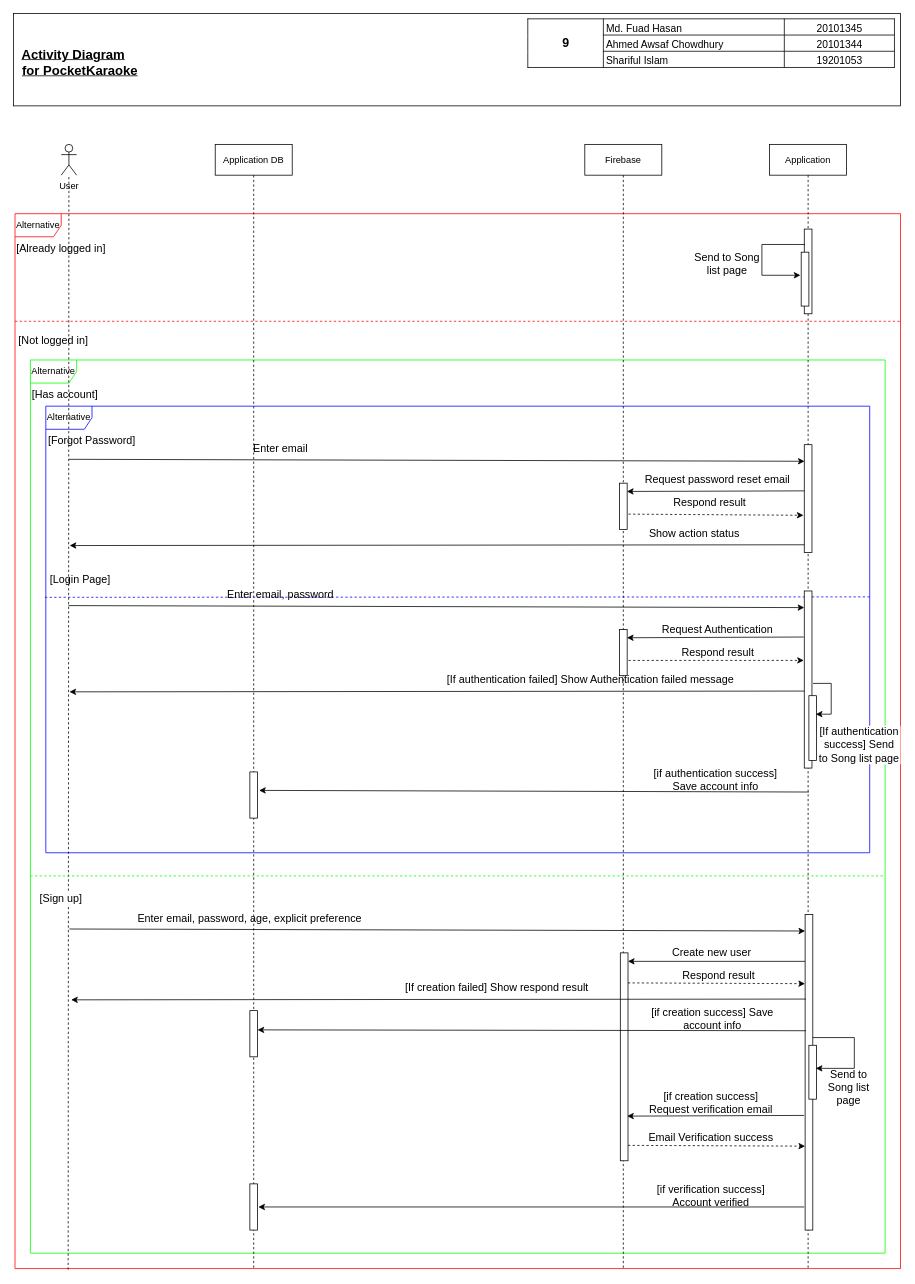
This is page "Page-1" (1 of 4) of System Analysis/PocketKaraoke Sequence Diagram.drawio from FuSan21/PocketKaraoke, a draw.io file, before an edit. Source tidied: cells renumbered, new cells numbered last; positions are measured from the earlier drawing's top-left corner, leaving out a move shared by most shapes. Both pictures are drawn from the tidied source at 77%, with x=0, y=0 at pixel (13, 13).
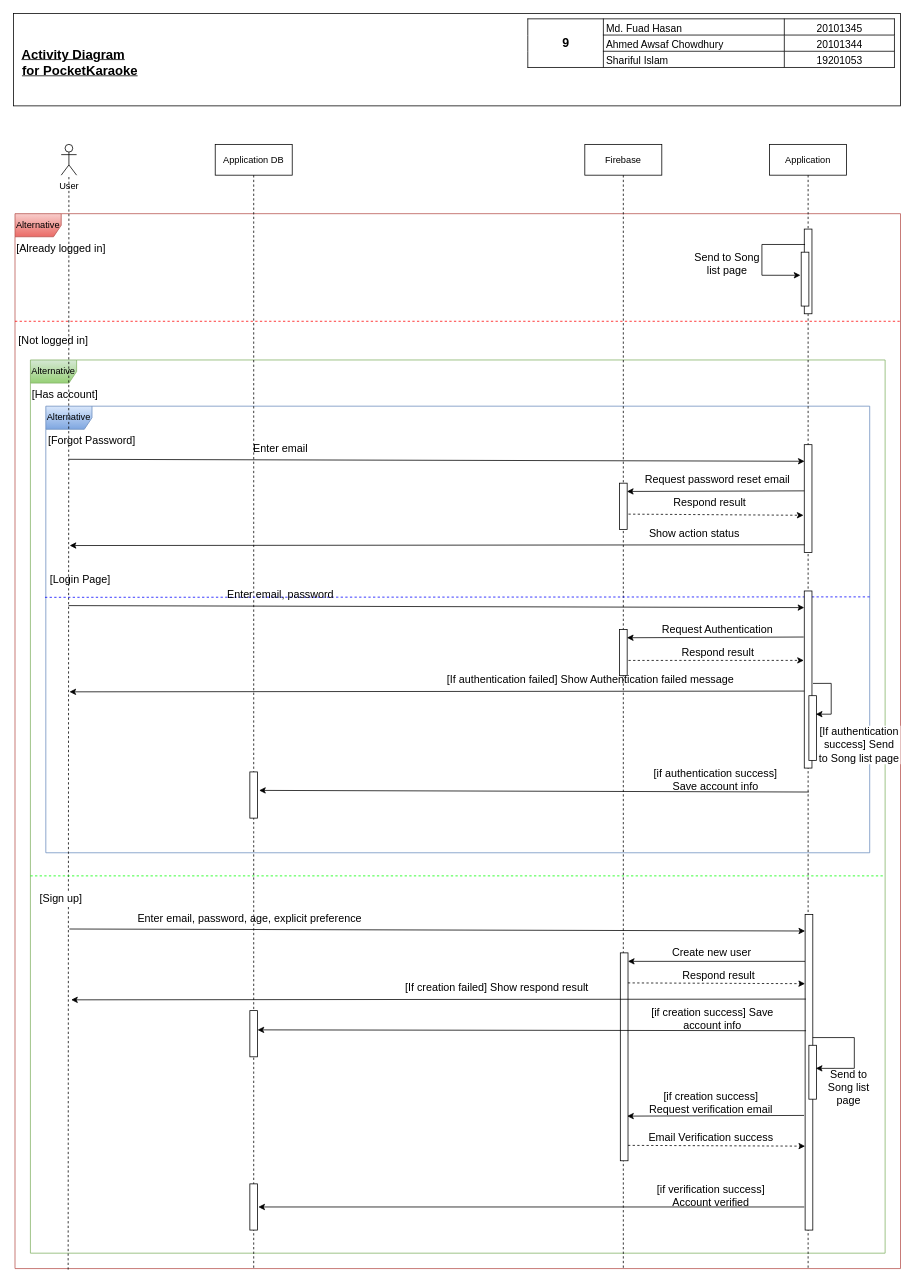
The same page after the edit.

What changed in the source:
```diff
@@
-    <mxCell id="2" value="Alternative" style="shape=umlFrame;whiteSpace=wrap;html=1;strokeColor=#FF0000;" parent="1" vertex="1">
+    <mxCell id="2" value="Alternative" style="shape=umlFrame;whiteSpace=wrap;html=1;strokeColor=#b85450;fillColor=#f8cecc;gradientColor=#ea6b66;" parent="1" vertex="1">
       <mxGeometry x="2" y="260" width="1150" height="1370" as="geometry" />
     </mxCell>
-    <mxCell id="3" value="Alternative" style="shape=umlFrame;whiteSpace=wrap;html=1;strokeColor=#00FF00;" parent="1" vertex="1">
+    <mxCell id="3" value="Alternative" style="shape=umlFrame;whiteSpace=wrap;html=1;strokeColor=#82b366;fillColor=#d5e8d4;gradientColor=#97d077;" parent="1" vertex="1">
       <mxGeometry x="22" y="450" width="1110" height="1160" as="geometry" />
     </mxCell>
-    <mxCell id="4" value="Alternative" style="shape=umlFrame;whiteSpace=wrap;html=1;strokeColor=#0000FF;" parent="1" vertex="1">
+    <mxCell id="4" value="Alternative" style="shape=umlFrame;whiteSpace=wrap;html=1;strokeColor=#6c8ebf;fillColor=#dae8fc;gradientColor=#7ea6e0;" parent="1" vertex="1">
       <mxGeometry x="42" y="510" width="1070" height="580" as="geometry" />
     </mxCell>
```
